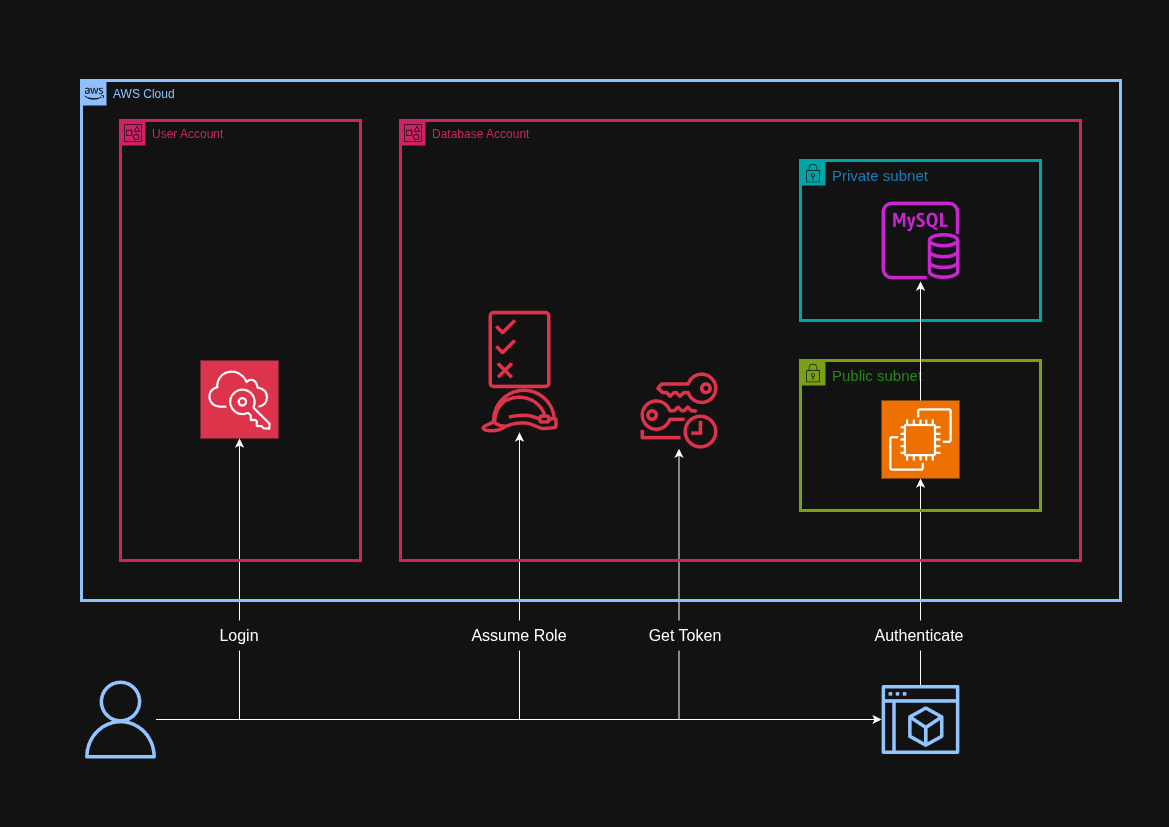
symbolfigures/aws keeps this draw.io diagram as rds-cross-account-iam-authentication/diagram.drawio.png. Above is the earlier version. Source tidied: cells renumbered, new cells last; positions are measured from the earlier drawing's top-left corner, leaving out a move shared by most shapes.
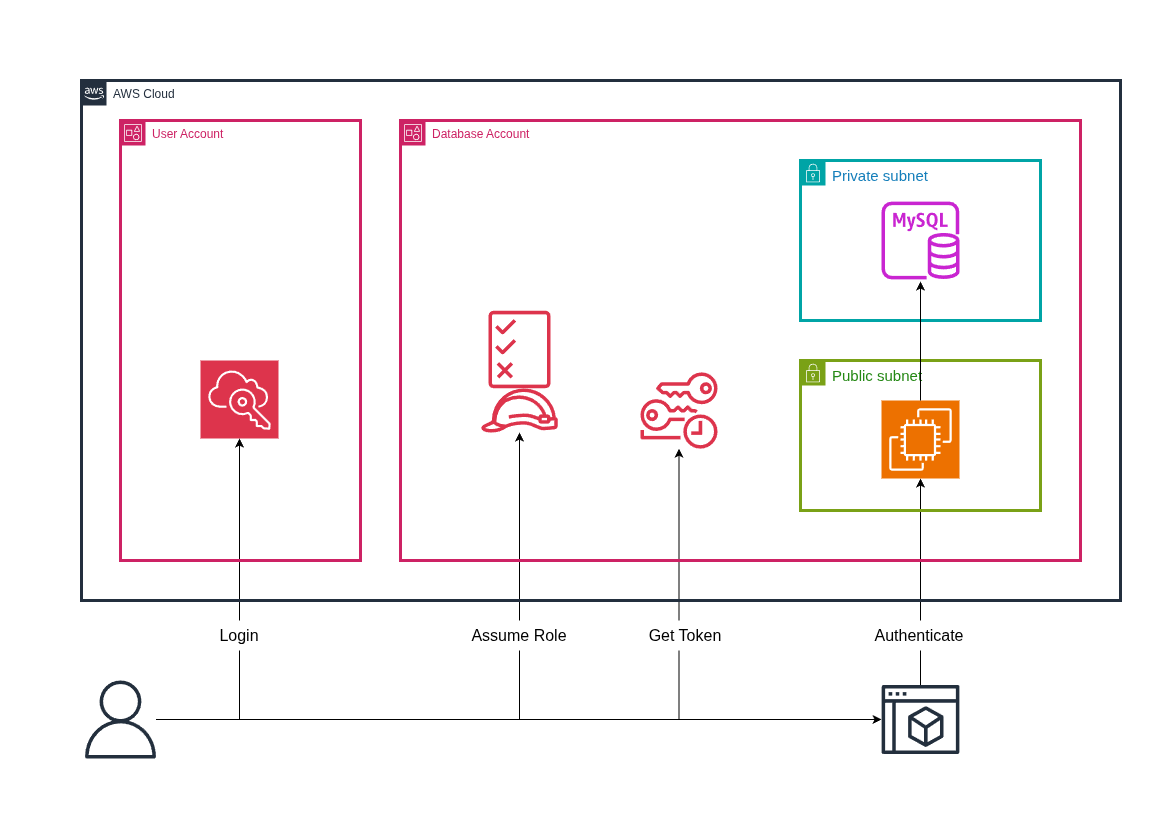
After the commit.

The edit, as a diff of the source:
```diff
@@ -23,10 +23,10 @@
     <mxCell id="8" style="edgeStyle=orthogonalEdgeStyle;rounded=0;jettySize=auto;html=1;" parent="1" edge="1" source="9" target="10">
       <mxGeometry relative="1" as="geometry" />
     </mxCell>
-    <mxCell id="9" style="sketch=0;outlineConnect=0;fontColor=#232F3E;gradientColor=none;fillColor=#92C5FF;strokeColor=none;dashed=0;verticalLabelPosition=bottom;verticalAlign=top;align=center;html=1;fontSize=12;fontStyle=0;shape=mxgraph.aws4.user;" parent="1" vertex="1">
+    <mxCell id="9" style="sketch=0;outlineConnect=0;fontColor=#232F3E;gradientColor=none;fillColor=#232F3D;strokeColor=none;dashed=0;verticalLabelPosition=bottom;verticalAlign=top;align=center;html=1;fontSize=12;fontStyle=0;shape=mxgraph.aws4.user;" parent="1" vertex="1">
       <mxGeometry y="600" width="78" height="78" as="geometry" />
     </mxCell>
-    <mxCell id="10" style="sketch=0;outlineConnect=0;fontColor=#232F3E;gradientColor=none;fillColor=#91C5FF;strokeColor=none;dashed=0;verticalLabelPosition=bottom;verticalAlign=top;align=center;html=1;fontSize=12;fontStyle=0;shape=mxgraph.aws4.management_console2;" parent="1" vertex="1">
+    <mxCell id="10" style="sketch=0;outlineConnect=0;fontColor=#232F3E;gradientColor=none;fillColor=#232F3D;strokeColor=none;dashed=0;verticalLabelPosition=bottom;verticalAlign=top;align=center;html=1;fontSize=12;fontStyle=0;shape=mxgraph.aws4.management_console2;" parent="1" vertex="1">
       <mxGeometry x="800" y="604.5" width="78" height="69" as="geometry" />
     </mxCell>
     <mxCell id="11" style="edgeStyle=orthogonalEdgeStyle;rounded=0;jettySize=auto;html=1;entryX=0.5;entryY=1;entryDx=0;entryDy=0;entryPerimeter=0;" parent="1" edge="1" source="9" target="5">
@@ -44,7 +44,7 @@
     <mxCell id="15" value="User Account" style="gradientColor=none;html=1;whiteSpace=wrap;fontSize=12;fontStyle=0;shape=mxgraph.aws4.group;grIcon=mxgraph.aws4.group_account;strokeColor=#CD2264;fillColor=none;verticalAlign=top;align=left;spacingLeft=30;fontColor=#CD2264;dashed=0;strokeWidth=3;" parent="1" vertex="1">
       <mxGeometry x="39" y="40" width="240" height="440" as="geometry" />
     </mxCell>
-    <mxCell id="16" value="&lt;font style=&quot;color: rgb(142, 192, 255);&quot;&gt;AWS Cloud&lt;/font&gt;" style="gradientColor=none;html=1;whiteSpace=wrap;fontSize=12;fontStyle=0;shape=mxgraph.aws4.group;grIcon=mxgraph.aws4.group_aws_cloud_alt;strokeColor=#8EC0FF;fillColor=none;verticalAlign=top;align=left;spacingLeft=30;fontColor=#232F3E;dashed=0;strokeWidth=3;" parent="1" vertex="1">
+    <mxCell id="16" value="&lt;font style=&quot;color: rgb(35, 47, 62);&quot;&gt;AWS Cloud&lt;/font&gt;" style="gradientColor=none;html=1;whiteSpace=wrap;fontSize=12;fontStyle=0;shape=mxgraph.aws4.group;grIcon=mxgraph.aws4.group_aws_cloud_alt;strokeColor=#232F3E;fillColor=none;verticalAlign=top;align=left;spacingLeft=30;fontColor=#232F3E;dashed=0;strokeWidth=3;" parent="1" vertex="1">
       <mxGeometry width="1039" height="520" as="geometry" />
     </mxCell>
     <mxCell id="17" style="sketch=0;points=[[0,0,0],[0.25,0,0],[0.5,0,0],[0.75,0,0],[1,0,0],[0,1,0],[0.25,1,0],[0.5,1,0],[0.75,1,0],[1,1,0],[0,0.25,0],[0,0.5,0],[0,0.75,0],[1,0.25,0],[1,0.5,0],[1,0.75,0]];outlineConnect=0;fontColor=#232F3E;fillColor=#ED7100;strokeColor=#ffffff;dashed=0;verticalLabelPosition=bottom;verticalAlign=top;align=center;html=1;fontSize=12;fontStyle=0;shape=mxgraph.aws4.resourceIcon;resIcon=mxgraph.aws4.ec2;" parent="16" vertex="1">
```
